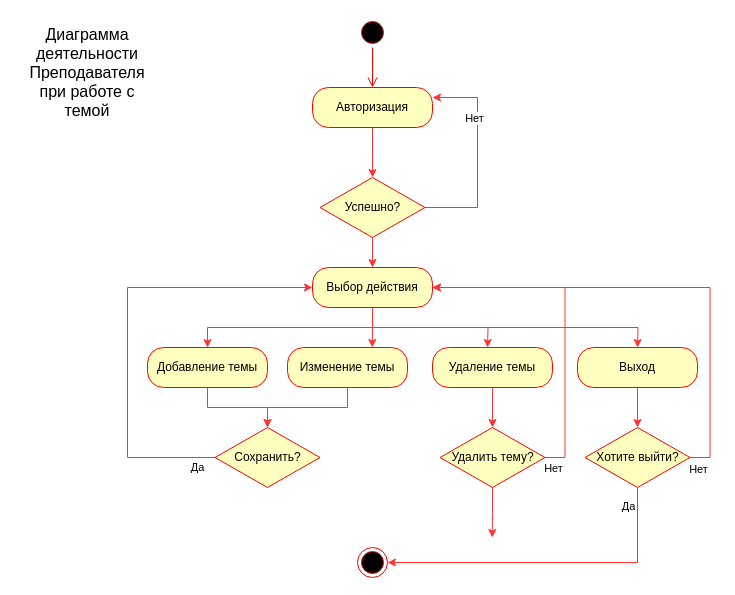
Earlier version of the draw.io diagram Untitled Diagram.drawio (FaridunSalimzoda/vkr2). Source tidied: cells renumbered, new cells numbered last; positions are measured from the earlier drawing's top-left corner, leaving out a move shared by most shapes. Both pictures are drawn from the tidied source at 100%, with x=0, y=0 at pixel (17, 17).
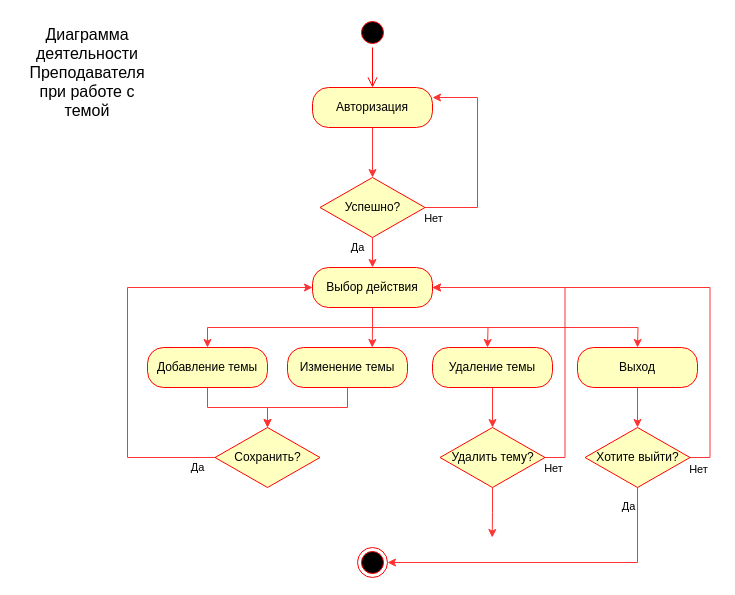
After the change.

The change refers to these unchanged cells:
```xml
<mxCell id="6" style="edgeStyle=orthogonalEdgeStyle;rounded=0;jettySize=auto;html=1;exitX=1;exitY=0.5;exitDx=0;exitDy=0;entryX=1;entryY=0.25;entryDx=0;entryDy=0;strokeColor=#FF3333;" parent="1" edge="1" source="9" target="5">
  <mxGeometry relative="1" as="geometry">
    <Array as="points">
      <mxPoint x="460" y="190" />
      <mxPoint x="460" y="80" />
    </Array>
  </mxGeometry>
</mxCell>
<mxCell id="9" value="Успешно?" style="rhombus;whiteSpace=wrap;html=1;fillColor=#ffffc0;strokeColor=#ff0000;" parent="1" vertex="1">
  <mxGeometry x="302.5" y="160" width="105" height="60" as="geometry" />
</mxCell>
<mxCell id="14" value="Выбор действия" style="rounded=1;whiteSpace=wrap;html=1;arcSize=40;fontColor=#000000;fillColor=#ffffc0;strokeColor=#ff0000;" parent="1" vertex="1">
  <mxGeometry x="295" y="250" width="120" height="40" as="geometry" />
</mxCell>
```

Diff of the diagram source:
```diff
@@
     <mxCell id="7" value="Нет" style="edgeLabel;html=1;align=center;verticalAlign=middle;" parent="6" vertex="1">
-      <mxGeometry x="0.37" y="4" relative="1" as="geometry" />
+      <mxGeometry x="0.37" y="4" relative="1" as="geometry">
+        <mxPoint x="-41" y="100" as="offset" />
+      </mxGeometry>
     </mxCell>
-    <mxCell id="8" style="edgeStyle=orthogonalEdgeStyle;rounded=0;jettySize=auto;html=1;exitX=0.5;exitY=1;exitDx=0;exitDy=0;strokeColor=#FF3333;entryX=0.5;entryY=0;entryDx=0;entryDy=0;" parent="1" edge="1" source="9" target="14">
-      <mxGeometry relative="1" as="geometry" />
+    <mxCell id="8" value="Да" style="edgeStyle=orthogonalEdgeStyle;rounded=0;jettySize=auto;html=1;exitX=0.5;exitY=1;exitDx=0;exitDy=0;strokeColor=#FF3333;entryX=0.5;entryY=0;entryDx=0;entryDy=0;" parent="1" edge="1" source="9" target="14">
+      <mxGeometry x="-0.33" y="-15" relative="1" as="geometry" />
     </mxCell>
```
